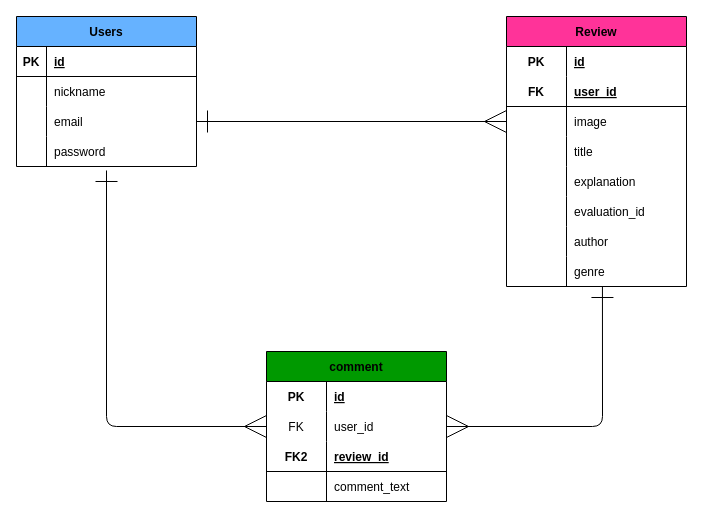
Above: book_share.dio in 441daichi/book_share (draw.io), before the change. Source tidied: cells renumbered, new cells numbered last; positions are measured from the earlier drawing's top-left corner, leaving out a move shared by most shapes. Both pictures are drawn from the tidied source at 100%, with x=0, y=0 at pixel (16, 16).
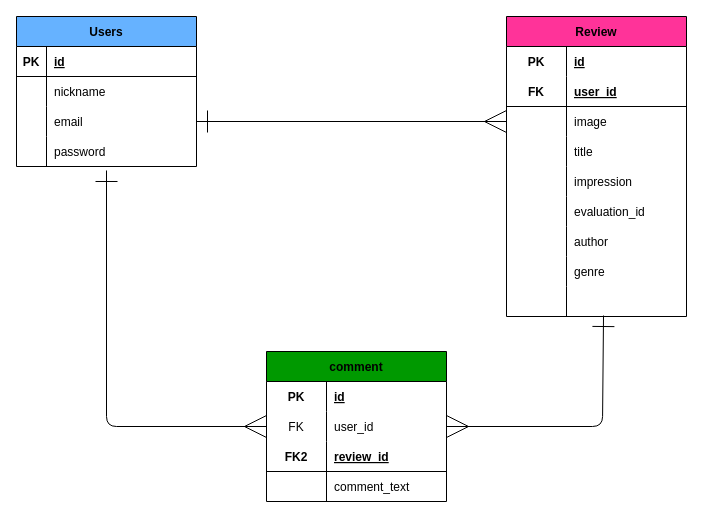
After the change.

Commit message (it also covers changes not shown here):
READMEの記述とER図の修正

Unchanged cells that the change refers to:
```xml
<mxCell id="28" style="shape=tableRow;horizontal=0;startSize=0;swimlaneHead=0;swimlaneBody=0;fillColor=none;top=0;left=0;right=0;bottom=0;" parent="15" vertex="1">
  <mxGeometry y="150" width="180" height="30" as="geometry" />
</mxCell>
<mxCell id="37" style="shape=tableRow;horizontal=0;startSize=0;swimlaneHead=0;swimlaneBody=0;fillColor=none;points=[[0,0.5],[1,0.5]];portConstraint=eastwest;top=0;left=0;right=0;bottom=0;" parent="15" vertex="1">
  <mxGeometry y="240" width="180" height="30" as="geometry" />
</mxCell>
<mxCell id="44" style="shape=tableRow;horizontal=0;startSize=0;swimlaneHead=0;swimlaneBody=0;fillColor=none;points=[[0,0.5],[1,0.5]];portConstraint=eastwest;top=0;left=0;right=0;bottom=0;" parent="40" vertex="1">
  <mxGeometry y="60" width="180" height="30" as="geometry" />
</mxCell>
```

What changed in the source:
```diff
@@
     <mxCell id="15" value="Review" style="shape=table;startSize=30;childLayout=tableLayout;rowLines=0;fontStyle=1;align=center;fillColor=#FF3399;" parent="1" vertex="1">
-      <mxGeometry x="490" width="180" height="270" as="geometry" />
+      <mxGeometry x="490" width="180" height="300" as="geometry" />
     </mxCell>
@@
-    <mxCell id="30" value="explanation" style="shape=partialRectangle;fillColor=none;top=0;left=0;bottom=0;right=0;align=left;spacingLeft=6;fontStyle=0;overflow=hidden;" parent="28" vertex="1">
+    <mxCell id="30" value="impression" style="shape=partialRectangle;fillColor=none;top=0;left=0;bottom=0;right=0;align=left;spacingLeft=6;fontStyle=0;overflow=hidden;" parent="28" vertex="1">
       <mxGeometry x="60" width="120" height="30" as="geometry" />
     </mxCell>
@@
+    <mxCell id="56" style="shape=tableRow;horizontal=0;startSize=0;swimlaneHead=0;swimlaneBody=0;fillColor=none;points=[[0,0.5],[1,0.5]];portConstraint=eastwest;top=0;left=0;right=0;bottom=0;" parent="15" vertex="1">
+      <mxGeometry y="270" width="180" height="30" as="geometry" />
+    </mxCell>
+    <mxCell id="57" style="shape=partialRectangle;fillColor=none;top=0;left=0;bottom=0;right=0;fontStyle=0;overflow=hidden;" parent="56" vertex="1">
+      <mxGeometry width="60" height="30" as="geometry" />
+    </mxCell>
+    <mxCell id="58" style="shape=partialRectangle;fillColor=none;top=0;left=0;bottom=0;right=0;align=left;spacingLeft=6;fontStyle=0;overflow=hidden;" parent="56" vertex="1">
+      <mxGeometry x="60" width="120" height="30" as="geometry" />
+    </mxCell>
@@
-    <mxCell id="54" style="edgeStyle=none;html=1;exitX=0.533;exitY=1;exitDx=0;exitDy=0;entryX=1;entryY=0.5;entryDx=0;entryDy=0;startArrow=ERone;startFill=0;endArrow=ERmany;endFill=0;startSize=20;endSize=20;exitPerimeter=0;" parent="1" edge="1" source="37" target="44">
+    <mxCell id="54" style="edgeStyle=none;html=1;exitX=0.539;exitY=0.967;exitDx=0;exitDy=0;entryX=1;entryY=0.5;entryDx=0;entryDy=0;startArrow=ERone;startFill=0;endArrow=ERmany;endFill=0;startSize=20;endSize=20;exitPerimeter=0;" parent="1" edge="1" source="56" target="44">
       <mxGeometry relative="1" as="geometry">
         <Array as="points">
           <mxPoint x="586" y="410" />
         </Array>
       </mxGeometry>
     </mxCell>
```
